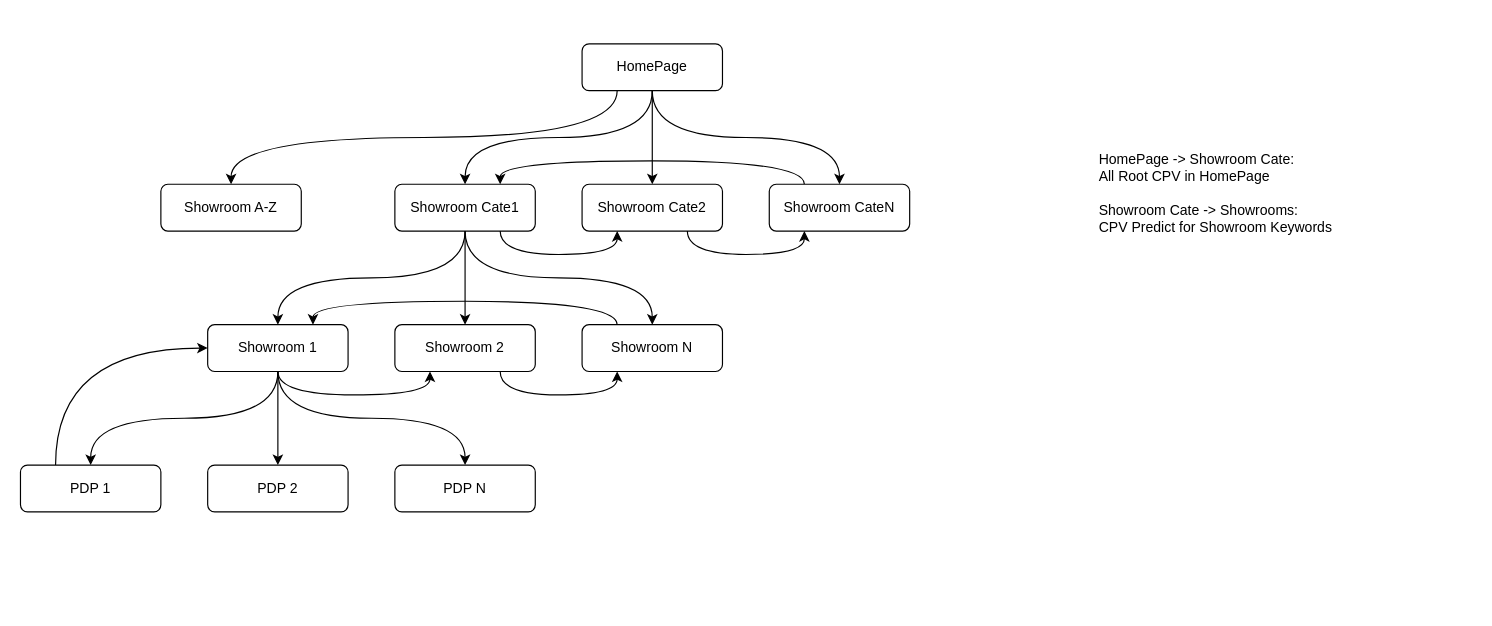
The draw.io diagram drawio/showroom_structure.drawio in VisableHarry/seo-drawio, before the edit. Source tidied: cells renumbered, new cells numbered last; positions are measured from the earlier drawing's top-left corner, leaving out a move shared by most shapes. Both pictures are drawn from the tidied source at 117%, with x=0, y=0 at pixel (20, 43).
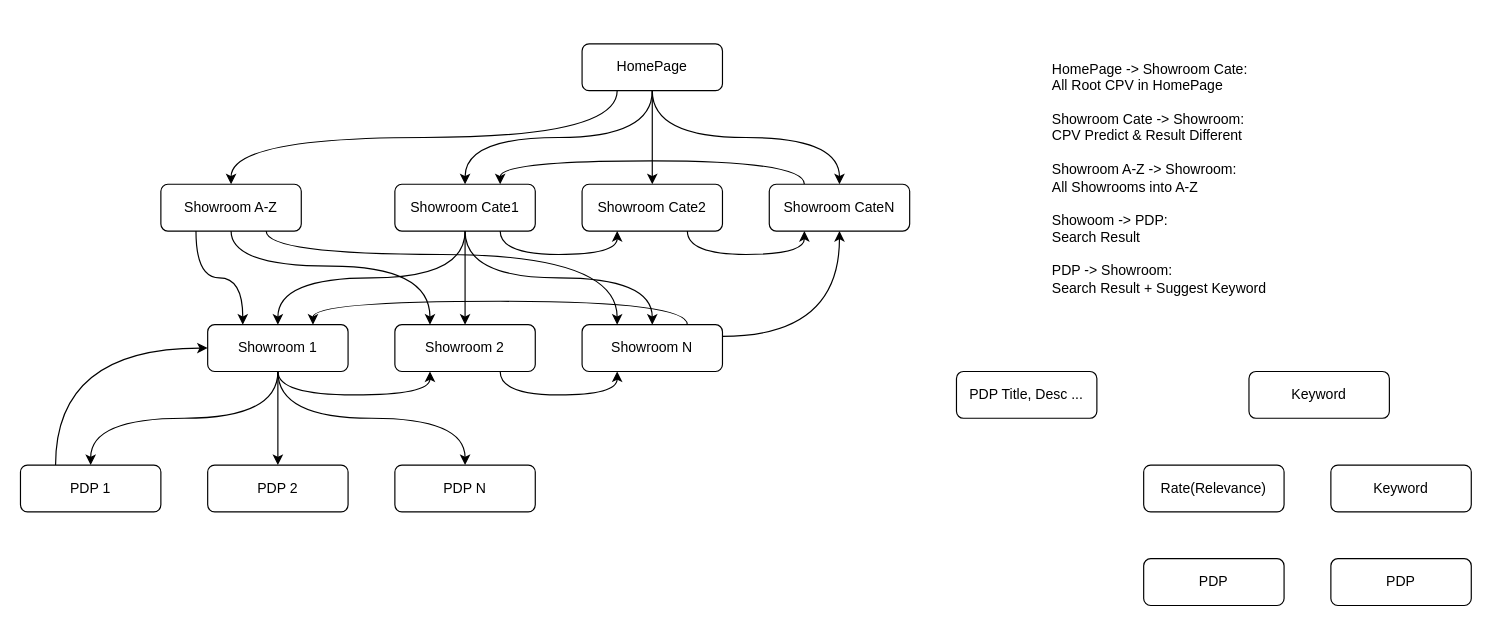
The same page after the edit.

The change refers to these unchanged cells:
```xml
<mxCell id="11" value="Showroom 1" style="rounded=1;whiteSpace=wrap;html=1;" parent="1" vertex="1">
  <mxGeometry x="160" y="240" width="120" height="40" as="geometry" />
</mxCell>
<mxCell id="13" value="Showroom 2" style="rounded=1;whiteSpace=wrap;html=1;" parent="1" vertex="1">
  <mxGeometry x="320" y="240" width="120" height="40" as="geometry" />
</mxCell>
<mxCell id="15" value="Showroom N" style="rounded=1;whiteSpace=wrap;html=1;" parent="1" vertex="1">
  <mxGeometry x="480" y="240" width="120" height="40" as="geometry" />
</mxCell>
<mxCell id="24" value="Showroom CateN" style="rounded=1;whiteSpace=wrap;html=1;" parent="1" vertex="1">
  <mxGeometry x="640" y="120" width="120" height="40" as="geometry" />
</mxCell>
<mxCell id="30" value="Showroom A-Z" style="rounded=1;whiteSpace=wrap;html=1;" parent="1" vertex="1">
  <mxGeometry x="120" y="120" width="120" height="40" as="geometry" />
</mxCell>
```

Change to the diagram source:
```diff
@@
-    <mxCell id="14" style="edgeStyle=orthogonalEdgeStyle;rounded=0;jettySize=auto;html=1;exitX=0.25;exitY=0;exitDx=0;exitDy=0;entryX=0.75;entryY=0;entryDx=0;entryDy=0;curved=1;" parent="1" edge="1" source="15" target="11">
+    <mxCell id="14" style="edgeStyle=orthogonalEdgeStyle;rounded=0;jettySize=auto;html=1;exitX=0.75;exitY=0;exitDx=0;exitDy=0;entryX=0.75;entryY=0;entryDx=0;entryDy=0;curved=1;" parent="1" edge="1" source="15" target="11">
       <mxGeometry relative="1" as="geometry" />
     </mxCell>
+    <mxCell id="31" style="edgeStyle=orthogonalEdgeStyle;rounded=0;jettySize=auto;html=1;exitX=1;exitY=0.25;exitDx=0;exitDy=0;entryX=0.5;entryY=1;entryDx=0;entryDy=0;elbow=vertical;curved=1;" parent="1" edge="1" source="15" target="24">
+      <mxGeometry relative="1" as="geometry" />
+    </mxCell>
@@
-    <mxCell id="29" value="HomePage -&amp;gt; Showroom Cate:&lt;div&gt;All Root CPV in HomePage&lt;/div&gt;&lt;div&gt;&lt;br&gt;&lt;/div&gt;&lt;div&gt;Showroom Cate -&amp;gt; Showrooms:&lt;/div&gt;&lt;div&gt;CPV Predict for Showroom Keywords&lt;/div&gt;&lt;div&gt;&lt;br&gt;&lt;/div&gt;" style="text;html=1;align=left;verticalAlign=middle;whiteSpace=wrap;rounded=0;" parent="1" vertex="1">
-      <mxGeometry x="920" width="230" height="270" as="geometry" />
+    <mxCell id="29" value="HomePage -&amp;gt; Showroom Cate:&lt;div&gt;All Root CPV in HomePage&lt;/div&gt;&lt;div&gt;&lt;br&gt;&lt;/div&gt;&lt;div&gt;Showroom Cate -&amp;gt; Showroom:&lt;/div&gt;&lt;div&gt;CPV Predict &amp;amp; Result Different&lt;/div&gt;&lt;div&gt;&lt;br&gt;&lt;/div&gt;&lt;div&gt;Showroom A-Z -&amp;gt; Showroom:&lt;/div&gt;&lt;div&gt;All Showrooms into A-Z&lt;/div&gt;&lt;div&gt;&lt;br&gt;&lt;/div&gt;&lt;div&gt;Showoom -&amp;gt; PDP:&lt;/div&gt;&lt;div&gt;Search Result&lt;/div&gt;&lt;div&gt;&lt;br&gt;&lt;/div&gt;&lt;div&gt;PDP -&amp;gt; Showroom:&lt;/div&gt;&lt;div&gt;Search Result + Suggest Keyword&lt;/div&gt;" style="text;html=1;align=left;verticalAlign=middle;whiteSpace=wrap;rounded=0;" parent="1" vertex="1">
+      <mxGeometry x="880" y="-20" width="230" height="270" as="geometry" />
     </mxCell>
+    <mxCell id="32" style="edgeStyle=orthogonalEdgeStyle;rounded=0;jettySize=auto;html=1;exitX=0.25;exitY=1;exitDx=0;exitDy=0;entryX=0.25;entryY=0;entryDx=0;entryDy=0;curved=1;" parent="1" edge="1" source="30" target="11">
+      <mxGeometry relative="1" as="geometry" />
+    </mxCell>
+    <mxCell id="33" style="edgeStyle=orthogonalEdgeStyle;rounded=0;jettySize=auto;html=1;exitX=0.5;exitY=1;exitDx=0;exitDy=0;entryX=0.25;entryY=0;entryDx=0;entryDy=0;elbow=vertical;curved=1;" parent="1" edge="1" source="30" target="13">
+      <mxGeometry relative="1" as="geometry">
+        <Array as="points">
+          <mxPoint x="180" y="190" />
+          <mxPoint x="350" y="190" />
+        </Array>
+      </mxGeometry>
+    </mxCell>
+    <mxCell id="34" style="edgeStyle=orthogonalEdgeStyle;rounded=0;jettySize=auto;html=1;exitX=0.75;exitY=1;exitDx=0;exitDy=0;entryX=0.25;entryY=0;entryDx=0;entryDy=0;curved=1;" parent="1" edge="1" source="30" target="15">
+      <mxGeometry relative="1" as="geometry">
+        <Array as="points">
+          <mxPoint x="210" y="180" />
+          <mxPoint x="510" y="180" />
+        </Array>
+      </mxGeometry>
+    </mxCell>
@@
+    <mxCell id="35" value="PDP Title, Desc ..." style="rounded=1;whiteSpace=wrap;html=1;" parent="1" vertex="1">
+      <mxGeometry x="800" y="280" width="120" height="40" as="geometry" />
+    </mxCell>
+    <mxCell id="36" value="Keyword" style="rounded=1;whiteSpace=wrap;html=1;" parent="1" vertex="1">
+      <mxGeometry x="1050" y="280" width="120" height="40" as="geometry" />
+    </mxCell>
+    <mxCell id="37" value="Rate(Relevance)" style="rounded=1;whiteSpace=wrap;html=1;" parent="1" vertex="1">
+      <mxGeometry x="960" y="360" width="120" height="40" as="geometry" />
+    </mxCell>
+    <mxCell id="38" value="PDP" style="rounded=1;whiteSpace=wrap;html=1;" parent="1" vertex="1">
+      <mxGeometry x="960" y="440" width="120" height="40" as="geometry" />
+    </mxCell>
+    <mxCell id="39" value="Keyword" style="rounded=1;whiteSpace=wrap;html=1;" parent="1" vertex="1">
+      <mxGeometry x="1120" y="360" width="120" height="40" as="geometry" />
+    </mxCell>
+    <mxCell id="40" value="PDP" style="rounded=1;whiteSpace=wrap;html=1;" parent="1" vertex="1">
+      <mxGeometry x="1120" y="440" width="120" height="40" as="geometry" />
+    </mxCell>
```
